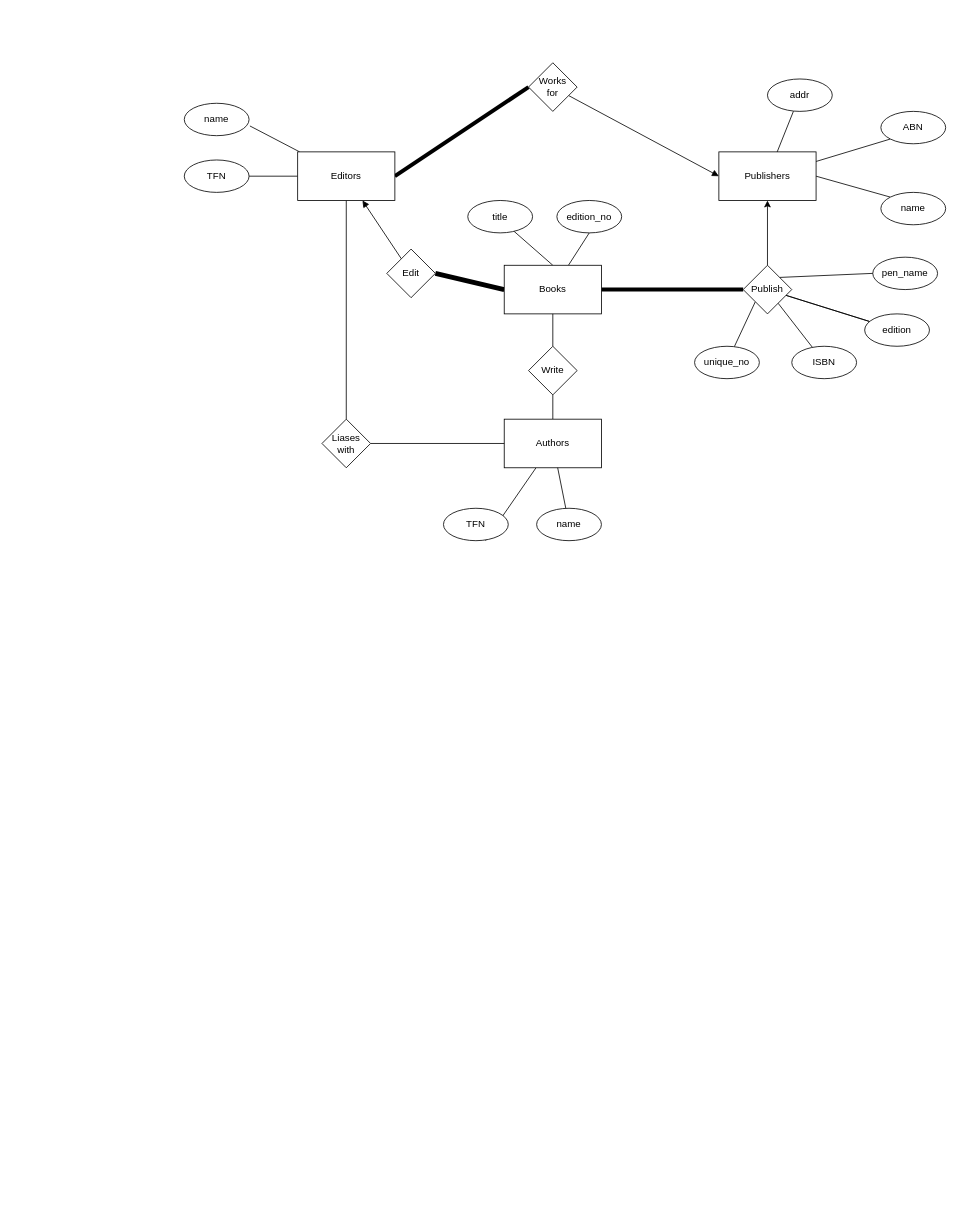
Above: Untitled Diagram.drawio in drewmillerwilson/demo-repo (draw.io), before the change. Source tidied: cells renumbered, new cells numbered last; positions are measured from the earlier drawing's top-left corner, leaving out a move shared by most shapes. Both pictures are drawn from the tidied source at 81%, with x=0, y=0 at pixel (184, 62).
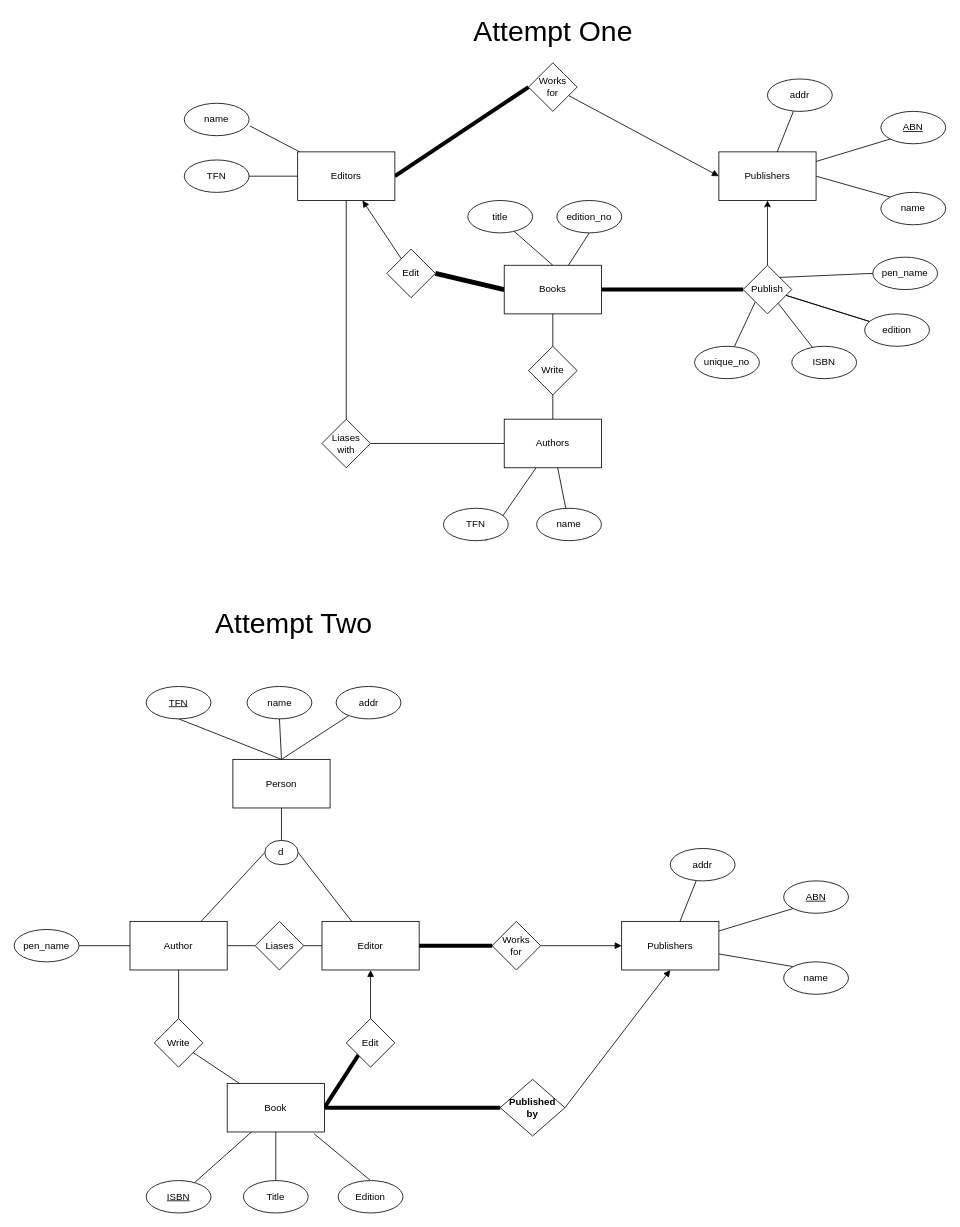
After the change.

Change to the diagram source:
```diff
@@
-    <mxCell id="21" value="ABN" style="ellipse;whiteSpace=wrap;html=1;" parent="1" vertex="1">
+    <mxCell id="21" value="ABN" style="ellipse;whiteSpace=wrap;html=1;fontStyle=4;" parent="1" vertex="1">
       <mxGeometry x="860" y="60" width="80" height="40" as="geometry" />
     </mxCell>
@@
+    <mxCell id="48" style="edgeStyle=none;rounded=0;jettySize=auto;html=1;exitX=0.5;exitY=0;exitDx=0;exitDy=0;entryX=0.5;entryY=1;entryDx=0;entryDy=0;shadow=0;endArrow=none;endFill=0;strokeWidth=1;" parent="1" edge="1" source="51" target="52">
+      <mxGeometry relative="1" as="geometry" />
+    </mxCell>
+    <mxCell id="49" style="edgeStyle=none;rounded=0;jettySize=auto;html=1;shadow=0;endArrow=none;endFill=0;strokeWidth=1;exitX=0.5;exitY=0;exitDx=0;exitDy=0;" parent="1" edge="1" source="51" target="54">
+      <mxGeometry relative="1" as="geometry" />
+    </mxCell>
+    <mxCell id="50" style="edgeStyle=none;rounded=0;jettySize=auto;html=1;exitX=0.5;exitY=0;exitDx=0;exitDy=0;entryX=0.5;entryY=1;entryDx=0;entryDy=0;shadow=0;endArrow=none;endFill=0;strokeWidth=1;" parent="1" edge="1" source="51" target="53">
+      <mxGeometry relative="1" as="geometry" />
+    </mxCell>
+    <mxCell id="51" value="Person" style="rounded=0;whiteSpace=wrap;html=1;" parent="1" vertex="1">
+      <mxGeometry x="60" y="860" width="120" height="60" as="geometry" />
+    </mxCell>
+    <mxCell id="52" value="TFN" style="ellipse;whiteSpace=wrap;html=1;fontStyle=4;" parent="1" vertex="1">
+      <mxGeometry x="-47" y="770" width="80" height="40" as="geometry" />
+    </mxCell>
+    <mxCell id="53" value="name" style="ellipse;whiteSpace=wrap;html=1;" parent="1" vertex="1">
+      <mxGeometry x="77.5" y="770" width="80" height="40" as="geometry" />
+    </mxCell>
+    <mxCell id="54" value="addr" style="ellipse;whiteSpace=wrap;html=1;" parent="1" vertex="1">
+      <mxGeometry x="187.5" y="770" width="80" height="40" as="geometry" />
+    </mxCell>
+    <mxCell id="55" style="edgeStyle=none;rounded=0;jettySize=auto;html=1;exitX=0.5;exitY=0;exitDx=0;exitDy=0;entryX=0.5;entryY=1;entryDx=0;entryDy=0;shadow=0;endArrow=none;endFill=0;strokeWidth=1;" parent="1" edge="1" source="56" target="51">
+      <mxGeometry relative="1" as="geometry" />
+    </mxCell>
+    <mxCell id="56" value="d" style="ellipse;whiteSpace=wrap;html=1;" parent="1" vertex="1">
+      <mxGeometry x="99.4" y="960" width="41.2" height="30" as="geometry" />
+    </mxCell>
+    <mxCell id="57" style="edgeStyle=none;rounded=0;jettySize=auto;html=1;shadow=0;endArrow=none;endFill=0;strokeWidth=1;entryX=0;entryY=0.5;entryDx=0;entryDy=0;" parent="1" edge="1" source="60" target="56">
+      <mxGeometry relative="1" as="geometry" />
+    </mxCell>
+    <mxCell id="58" style="edgeStyle=none;rounded=0;jettySize=auto;html=1;shadow=0;endArrow=none;endFill=0;strokeWidth=1;" parent="1" edge="1" source="60" target="68">
+      <mxGeometry relative="1" as="geometry" />
+    </mxCell>
+    <mxCell id="59" style="edgeStyle=none;rounded=0;jettySize=auto;html=1;exitX=1;exitY=0.5;exitDx=0;exitDy=0;entryX=0;entryY=0.5;entryDx=0;entryDy=0;shadow=0;endArrow=none;endFill=0;strokeWidth=1;" parent="1" edge="1" source="60" target="91">
+      <mxGeometry relative="1" as="geometry" />
+    </mxCell>
+    <mxCell id="60" value="Author" style="rounded=0;whiteSpace=wrap;html=1;" parent="1" vertex="1">
+      <mxGeometry x="-67" y="1060" width="120" height="60" as="geometry" />
+    </mxCell>
+    <mxCell id="61" style="edgeStyle=none;rounded=0;jettySize=auto;html=1;shadow=0;endArrow=none;endFill=0;strokeWidth=1;entryX=1;entryY=0.5;entryDx=0;entryDy=0;" parent="1" edge="1" source="62" target="56">
+      <mxGeometry relative="1" as="geometry" />
+    </mxCell>
+    <mxCell id="62" value="Editor" style="rounded=0;whiteSpace=wrap;html=1;" parent="1" vertex="1">
+      <mxGeometry x="170" y="1060" width="120" height="60" as="geometry" />
+    </mxCell>
+    <mxCell id="63" style="edgeStyle=none;rounded=0;jettySize=auto;html=1;shadow=0;endArrow=none;endFill=0;strokeWidth=1;" parent="1" edge="1" source="64" target="60">
+      <mxGeometry relative="1" as="geometry" />
+    </mxCell>
+    <mxCell id="64" value="pen_name" style="ellipse;whiteSpace=wrap;html=1;" parent="1" vertex="1">
+      <mxGeometry x="-210" y="1070" width="80" height="40" as="geometry" />
+    </mxCell>
+    <mxCell id="65" style="edgeStyle=none;rounded=0;jettySize=auto;html=1;exitX=1;exitY=0.5;exitDx=0;exitDy=0;entryX=0;entryY=1;entryDx=0;entryDy=0;shadow=0;endArrow=none;endFill=0;strokeWidth=5;" parent="1" edge="1" source="66" target="70">
+      <mxGeometry relative="1" as="geometry" />
+    </mxCell>
+    <mxCell id="66" value="Book" style="rounded=0;whiteSpace=wrap;html=1;" parent="1" vertex="1">
+      <mxGeometry x="53" y="1260" width="120" height="60" as="geometry" />
+    </mxCell>
+    <mxCell id="67" style="edgeStyle=none;rounded=0;jettySize=auto;html=1;shadow=0;endArrow=none;endFill=0;strokeWidth=1;" parent="1" edge="1" source="68" target="66">
+      <mxGeometry relative="1" as="geometry" />
+    </mxCell>
+    <mxCell id="68" value="Write" style="rhombus;whiteSpace=wrap;html=1;" parent="1" vertex="1">
+      <mxGeometry x="-37" y="1180" width="60" height="60" as="geometry" />
+    </mxCell>
+    <mxCell id="69" style="edgeStyle=none;rounded=0;jettySize=auto;html=1;exitX=0.5;exitY=0;exitDx=0;exitDy=0;shadow=0;endArrow=block;endFill=1;strokeWidth=1;entryX=0.5;entryY=1;entryDx=0;entryDy=0;" parent="1" edge="1" source="70" target="62">
+      <mxGeometry relative="1" as="geometry" />
+    </mxCell>
+    <mxCell id="70" value="Edit" style="rhombus;whiteSpace=wrap;html=1;" parent="1" vertex="1">
+      <mxGeometry x="200" y="1180" width="60" height="60" as="geometry" />
+    </mxCell>
+    <mxCell id="71" style="edgeStyle=none;rounded=0;jettySize=auto;html=1;exitX=1;exitY=0.5;exitDx=0;exitDy=0;entryX=0;entryY=0.5;entryDx=0;entryDy=0;endArrow=none;endFill=0;shadow=0;strokeWidth=5;" parent="1" edge="1" target="78">
+      <mxGeometry relative="1" as="geometry">
+        <mxPoint x="290" y="1090" as="sourcePoint" />
+      </mxGeometry>
+    </mxCell>
+    <mxCell id="72" style="edgeStyle=none;rounded=0;jettySize=auto;html=1;entryX=0;entryY=1;entryDx=0;entryDy=0;endArrow=none;endFill=0;" parent="1" edge="1" source="74" target="75">
+      <mxGeometry relative="1" as="geometry" />
+    </mxCell>
+    <mxCell id="73" style="edgeStyle=none;rounded=0;jettySize=auto;html=1;entryX=0;entryY=0;entryDx=0;entryDy=0;endArrow=none;endFill=0;" parent="1" edge="1" source="74" target="76">
+      <mxGeometry relative="1" as="geometry" />
+    </mxCell>
+    <mxCell id="74" value="Publishers" style="rounded=0;whiteSpace=wrap;html=1;" parent="1" vertex="1">
+      <mxGeometry x="540" y="1060" width="120" height="60" as="geometry" />
+    </mxCell>
+    <mxCell id="75" value="ABN" style="ellipse;whiteSpace=wrap;html=1;fontStyle=4;" parent="1" vertex="1">
+      <mxGeometry x="740" y="1010" width="80" height="40" as="geometry" />
+    </mxCell>
+    <mxCell id="76" value="name" style="ellipse;whiteSpace=wrap;html=1;" parent="1" vertex="1">
+      <mxGeometry x="740" y="1110" width="80" height="40" as="geometry" />
+    </mxCell>
+    <mxCell id="77" style="edgeStyle=none;rounded=0;jettySize=auto;html=1;entryX=0;entryY=0.5;entryDx=0;entryDy=0;endArrow=block;endFill=1;" parent="1" edge="1" source="78" target="74">
+      <mxGeometry relative="1" as="geometry" />
+    </mxCell>
+    <mxCell id="78" value="Works &lt;br&gt;for" style="rhombus;whiteSpace=wrap;html=1;" parent="1" vertex="1">
+      <mxGeometry x="380" y="1060" width="60" height="60" as="geometry" />
+    </mxCell>
+    <mxCell id="79" style="edgeStyle=none;rounded=0;jettySize=auto;html=1;shadow=0;endArrow=none;endFill=0;strokeWidth=1;" parent="1" edge="1" source="80" target="74">
+      <mxGeometry relative="1" as="geometry" />
+    </mxCell>
+    <mxCell id="80" value="addr" style="ellipse;whiteSpace=wrap;html=1;" parent="1" vertex="1">
+      <mxGeometry x="600" y="970" width="80" height="40" as="geometry" />
+    </mxCell>
+    <mxCell id="81" style="edgeStyle=none;rounded=0;jettySize=auto;html=1;exitX=1;exitY=0.5;exitDx=0;exitDy=0;entryX=0.5;entryY=1;entryDx=0;entryDy=0;shadow=0;endArrow=block;endFill=1;strokeWidth=1;" parent="1" edge="1" source="82" target="74">
+      <mxGeometry relative="1" as="geometry" />
+    </mxCell>
+    <mxCell id="82" value="Published&lt;br&gt;by" style="rhombus;whiteSpace=wrap;html=1;fontStyle=1;" parent="1" vertex="1">
+      <mxGeometry x="390" y="1255" width="80" height="70" as="geometry" />
+    </mxCell>
+    <mxCell id="83" style="edgeStyle=none;rounded=0;jettySize=auto;html=1;exitX=1;exitY=0.5;exitDx=0;exitDy=0;entryX=0;entryY=0.5;entryDx=0;entryDy=0;shadow=0;endArrow=none;endFill=0;strokeWidth=5;" parent="1" edge="1" source="66" target="82">
+      <mxGeometry relative="1" as="geometry" />
+    </mxCell>
+    <mxCell id="84" style="edgeStyle=none;rounded=0;jettySize=auto;html=1;shadow=0;endArrow=none;endFill=0;strokeWidth=1;entryX=0.25;entryY=1;entryDx=0;entryDy=0;" parent="1" edge="1" source="85" target="66">
+      <mxGeometry relative="1" as="geometry" />
+    </mxCell>
+    <mxCell id="85" value="ISBN" style="ellipse;whiteSpace=wrap;html=1;fontStyle=4;" parent="1" vertex="1">
+      <mxGeometry x="-47" y="1380" width="80" height="40" as="geometry" />
+    </mxCell>
+    <mxCell id="86" style="edgeStyle=none;rounded=0;jettySize=auto;html=1;shadow=0;endArrow=none;endFill=0;strokeWidth=1;" parent="1" edge="1" source="87" target="66">
+      <mxGeometry relative="1" as="geometry" />
+    </mxCell>
+    <mxCell id="87" value="Title" style="ellipse;whiteSpace=wrap;html=1;" parent="1" vertex="1">
+      <mxGeometry x="73" y="1380" width="80" height="40" as="geometry" />
+    </mxCell>
+    <mxCell id="88" style="edgeStyle=none;rounded=0;jettySize=auto;html=1;exitX=0.5;exitY=0;exitDx=0;exitDy=0;entryX=0.892;entryY=1.033;entryDx=0;entryDy=0;entryPerimeter=0;shadow=0;endArrow=none;endFill=0;strokeWidth=1;" parent="1" edge="1" source="89" target="66">
+      <mxGeometry relative="1" as="geometry" />
+    </mxCell>
+    <mxCell id="89" value="Edition" style="ellipse;whiteSpace=wrap;html=1;" parent="1" vertex="1">
+      <mxGeometry x="190" y="1380" width="80" height="40" as="geometry" />
+    </mxCell>
+    <mxCell id="90" style="edgeStyle=none;rounded=0;jettySize=auto;html=1;exitX=1;exitY=0.5;exitDx=0;exitDy=0;entryX=0;entryY=0.5;entryDx=0;entryDy=0;shadow=0;endArrow=none;endFill=0;strokeWidth=1;" parent="1" edge="1" source="91" target="62">
+      <mxGeometry relative="1" as="geometry" />
+    </mxCell>
+    <mxCell id="91" value="Liases" style="rhombus;whiteSpace=wrap;html=1;" parent="1" vertex="1">
+      <mxGeometry x="87.5" y="1060" width="60" height="60" as="geometry" />
+    </mxCell>
+    <mxCell id="92" value="Attempt One" style="text;html=1;strokeColor=none;fillColor=none;align=center;verticalAlign=middle;whiteSpace=wrap;rounded=0;fontSize=35;" parent="1" vertex="1">
+      <mxGeometry x="343" y="-40" width="225" as="geometry" />
+    </mxCell>
+    <mxCell id="93" value="Attempt Two" style="text;html=1;strokeColor=none;fillColor=none;align=center;verticalAlign=middle;whiteSpace=wrap;rounded=0;fontSize=35;" parent="1" vertex="1">
+      <mxGeometry x="23" y="690" width="225" as="geometry" />
+    </mxCell>
```
